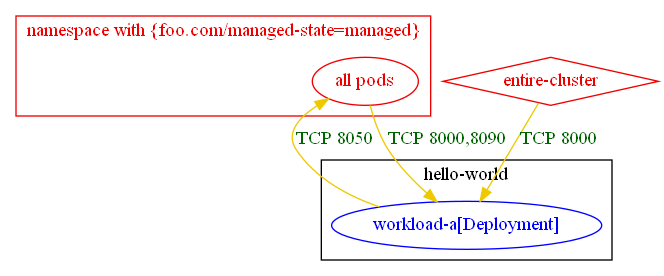
The Graphviz diagram test_outputs/connlist/exposure_test_same_unmatched_rule_in_ingress_egress_connlist_output.dot.png in np-guard/netpol-analyzer, before a commit. Its source is kept beside it as test_outputs/connlist/exposure_test_same_unmatched_rule_in_ingress_egress_connlist_output.dot.
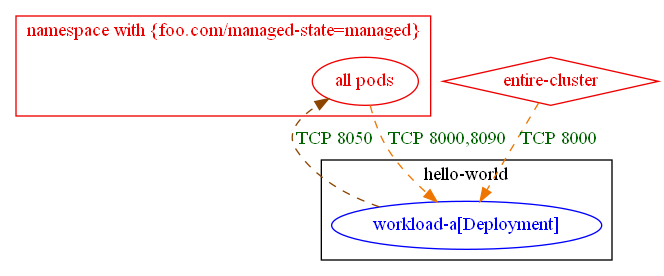
After the commit.

Change to the diagram source:
```diff
@@ -12,7 +12,7 @@
 		label="namespace with {foo.com/managed-state=managed}"
 	}
 	"entire-cluster" [label="entire-cluster" color="red2" fontcolor="red2" shape=diamond]
-	"all pods_in_namespace with {foo.com/managed-state=managed}" -> "hello-world/workload-a[Deployment]" [label="TCP 8000,8090" color="gold2" fontcolor="darkgreen" weight=1]
-	"entire-cluster" -> "hello-world/workload-a[Deployment]" [label="TCP 8000" color="gold2" fontcolor="darkgreen" weight=1]
-	"hello-world/workload-a[Deployment]" -> "all pods_in_namespace with {foo.com/managed-state=managed}" [label="TCP 8050" color="gold2" fontcolor="darkgreen" weight=0.5]
+	"all pods_in_namespace with {foo.com/managed-state=managed}" -> "hello-world/workload-a[Deployment]" [label="TCP 8000,8090" color="darkorange2" fontcolor="darkgreen" weight=1 style=dashed]
+	"entire-cluster" -> "hello-world/workload-a[Deployment]" [label="TCP 8000" color="darkorange2" fontcolor="darkgreen" weight=1 style=dashed]
+	"hello-world/workload-a[Deployment]" -> "all pods_in_namespace with {foo.com/managed-state=managed}" [label="TCP 8050" color="darkorange4" fontcolor="darkgreen" weight=0.5 style=dashed]
 }
```
